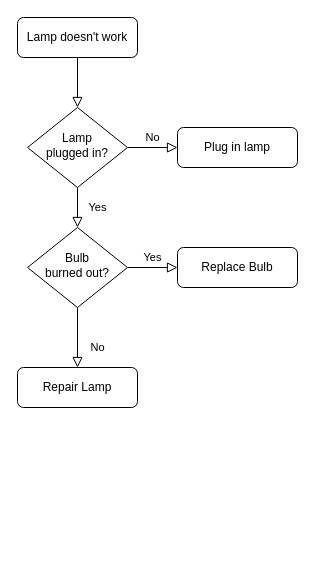
Above: Untitled Diagram.drawio in s2hon/Activities-OOP (draw.io), before the change. Source tidied: cells renumbered, new cells numbered last; positions are measured from the earlier drawing's top-left corner, leaving out a move shared by most shapes. Both pictures are drawn from the tidied source at 100%, with x=0, y=0 at pixel (17, 17).
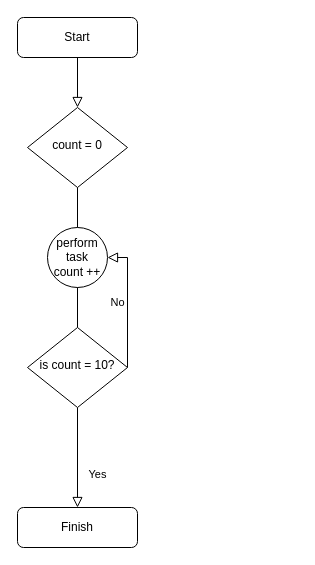
The same diagram, later.

Commit message:
counter-flowchart

Change to the diagram source:
```diff
@@
 <mxGraphModel>
   <root>
     <mxCell id="0" />
     <mxCell id="1" parent="0" />
     <mxCell id="2" style="rounded=0;html=1;jettySize=auto;fontSize=11;endArrow=block;endFill=0;endSize=8;strokeWidth=1;shadow=0;labelBackgroundColor=none;edgeStyle=orthogonalEdgeStyle;" parent="1" edge="1" source="3" target="6">
       <mxGeometry relative="1" as="geometry" />
     </mxCell>
-    <mxCell id="3" value="Lamp doesn't work" style="rounded=1;whiteSpace=wrap;html=1;fontSize=12;glass=0;strokeWidth=1;shadow=0;" parent="1" vertex="1">
+    <mxCell id="3" value="Start" style="rounded=1;whiteSpace=wrap;html=1;fontSize=12;glass=0;strokeWidth=1;shadow=0;" parent="1" vertex="1">
       <mxGeometry width="120" height="40" as="geometry" />
     </mxCell>
-    <mxCell id="4" value="Yes" style="rounded=0;html=1;jettySize=auto;fontSize=11;endArrow=block;endFill=0;endSize=8;strokeWidth=1;shadow=0;labelBackgroundColor=none;edgeStyle=orthogonalEdgeStyle;" parent="1" edge="1" source="6" target="10">
-      <mxGeometry y="20" relative="1" as="geometry" />
-    </mxCell>
-    <mxCell id="5" value="No" style="edgeStyle=orthogonalEdgeStyle;rounded=0;html=1;jettySize=auto;fontSize=11;endArrow=block;endFill=0;endSize=8;strokeWidth=1;shadow=0;labelBackgroundColor=none;" parent="1" edge="1" source="6" target="7">
-      <mxGeometry y="10" relative="1" as="geometry" />
-    </mxCell>
-    <mxCell id="6" value="Lamp&lt;br&gt;plugged in?" style="rhombus;whiteSpace=wrap;html=1;shadow=0;fontFamily=Helvetica;fontSize=12;align=center;strokeWidth=1;spacing=6;spacingTop=-4;" parent="1" vertex="1">
+    <mxCell id="6" value="count = 0" style="rhombus;whiteSpace=wrap;html=1;shadow=0;fontFamily=Helvetica;fontSize=12;align=center;strokeWidth=1;spacing=6;spacingTop=-4;" parent="1" vertex="1">
       <mxGeometry x="10" y="90" width="100" height="80" as="geometry" />
     </mxCell>
-    <mxCell id="7" value="Plug in lamp" style="rounded=1;whiteSpace=wrap;html=1;fontSize=12;glass=0;strokeWidth=1;shadow=0;" parent="1" vertex="1">
-      <mxGeometry x="160" y="110" width="120" height="40" as="geometry" />
-    </mxCell>
-    <mxCell id="8" value="No" style="rounded=0;html=1;jettySize=auto;fontSize=11;endArrow=block;endFill=0;endSize=8;strokeWidth=1;shadow=0;labelBackgroundColor=none;edgeStyle=orthogonalEdgeStyle;" parent="1" edge="1" source="10" target="11">
+    <mxCell id="8" value="Yes" style="rounded=0;html=1;jettySize=auto;fontSize=11;endArrow=block;endFill=0;endSize=8;strokeWidth=1;shadow=0;labelBackgroundColor=none;edgeStyle=orthogonalEdgeStyle;" parent="1" edge="1" source="10" target="11">
       <mxGeometry x="0.33" y="20" relative="1" as="geometry" />
     </mxCell>
-    <mxCell id="9" value="Yes" style="edgeStyle=orthogonalEdgeStyle;rounded=0;html=1;jettySize=auto;fontSize=11;endArrow=block;endFill=0;endSize=8;strokeWidth=1;shadow=0;labelBackgroundColor=none;" parent="1" edge="1" source="10" target="12">
-      <mxGeometry y="10" relative="1" as="geometry" />
+    <mxCell id="9" value="No" style="edgeStyle=orthogonalEdgeStyle;rounded=0;html=1;jettySize=auto;fontSize=11;endArrow=block;endFill=0;endSize=8;strokeWidth=1;shadow=0;labelBackgroundColor=none;entryX=1;entryY=0.5;entryDx=0;entryDy=0;" parent="1" edge="1" source="10" target="13">
+      <mxGeometry y="10" relative="1" as="geometry">
+        <Array as="points">
+          <mxPoint x="110" y="240" />
+        </Array>
+      </mxGeometry>
     </mxCell>
-    <mxCell id="10" value="Bulb&lt;br&gt;burned out?" style="rhombus;whiteSpace=wrap;html=1;shadow=0;fontFamily=Helvetica;fontSize=12;align=center;strokeWidth=1;spacing=6;spacingTop=-4;" parent="1" vertex="1">
-      <mxGeometry x="10" y="210" width="100" height="80" as="geometry" />
+    <mxCell id="10" value="is count = 10?" style="rhombus;whiteSpace=wrap;html=1;shadow=0;fontFamily=Helvetica;fontSize=12;align=center;strokeWidth=1;spacing=6;spacingTop=-4;" parent="1" vertex="1">
+      <mxGeometry x="10" y="310" width="100" height="80" as="geometry" />
     </mxCell>
-    <mxCell id="11" value="Repair Lamp" style="rounded=1;whiteSpace=wrap;html=1;fontSize=12;glass=0;strokeWidth=1;shadow=0;" parent="1" vertex="1">
-      <mxGeometry y="350" width="120" height="40" as="geometry" />
+    <mxCell id="11" value="Finish" style="rounded=1;whiteSpace=wrap;html=1;fontSize=12;glass=0;strokeWidth=1;shadow=0;" parent="1" vertex="1">
+      <mxGeometry y="490" width="120" height="40" as="geometry" />
     </mxCell>
-    <mxCell id="12" value="Replace Bulb" style="rounded=1;whiteSpace=wrap;html=1;fontSize=12;glass=0;strokeWidth=1;shadow=0;" parent="1" vertex="1">
-      <mxGeometry x="160" y="230" width="120" height="40" as="geometry" />
-    </mxCell>
+    <mxCell id="13" value="perform task&lt;br&gt;count ++" style="ellipse;whiteSpace=wrap;html=1;" parent="1" vertex="1">
+      <mxGeometry x="30" y="210" width="60" height="60" as="geometry" />
+    </mxCell>
+    <mxCell id="14" style="endArrow=none;html=1;entryX=0.5;entryY=1;entryDx=0;entryDy=0;" parent="1" edge="1" source="10" target="13">
+      <mxGeometry relative="1" as="geometry" />
+    </mxCell>
+    <mxCell id="15" style="endArrow=none;html=1;entryX=0.5;entryY=1;entryDx=0;entryDy=0;exitX=0.5;exitY=0;exitDx=0;exitDy=0;" parent="1" edge="1" source="13" target="6">
+      <mxGeometry relative="1" as="geometry" />
+    </mxCell>
   </root>
 </mxGraphModel>
```
